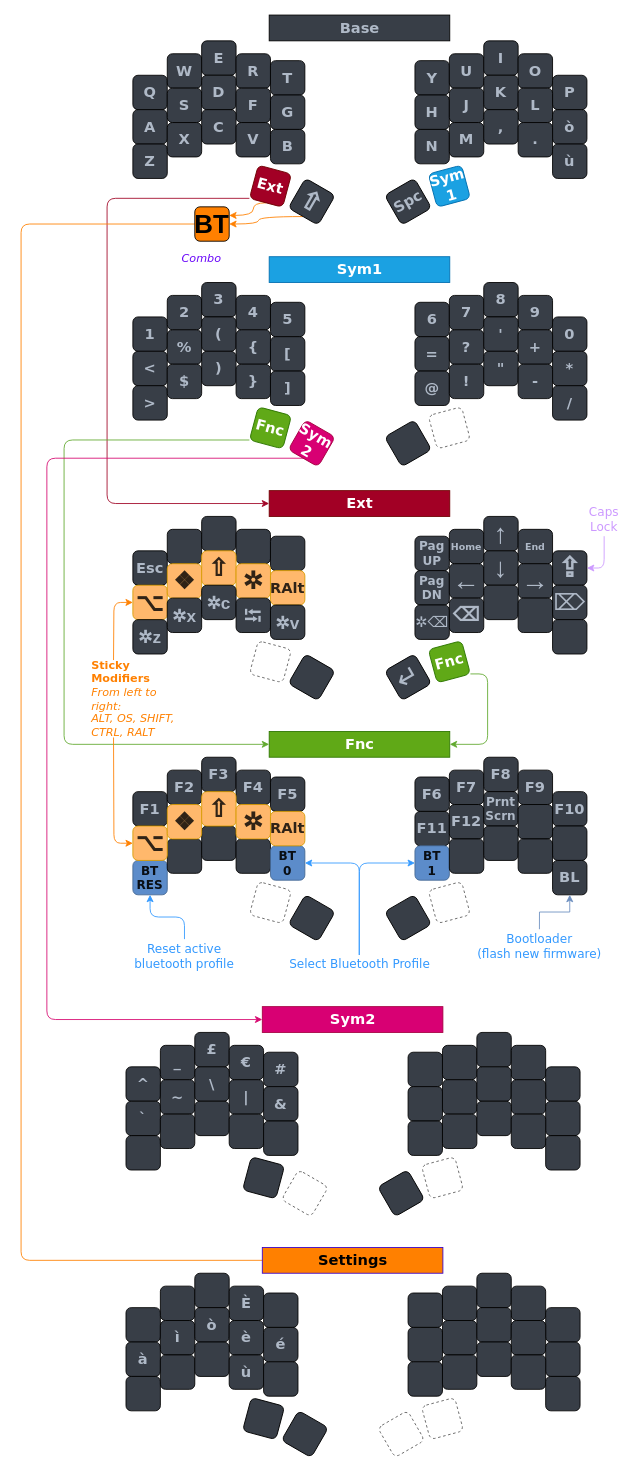
This is Untitled Diagram.drawio from Lbredeson/zmk-pray, a draw.io file, before an edit. Source tidied: cells renumbered, new cells numbered last; positions are measured from the earlier drawing's top-left corner, leaving out a move shared by most shapes. Both pictures are drawn from the tidied source at 86%, with x=0, y=0 at pixel (21, 15).
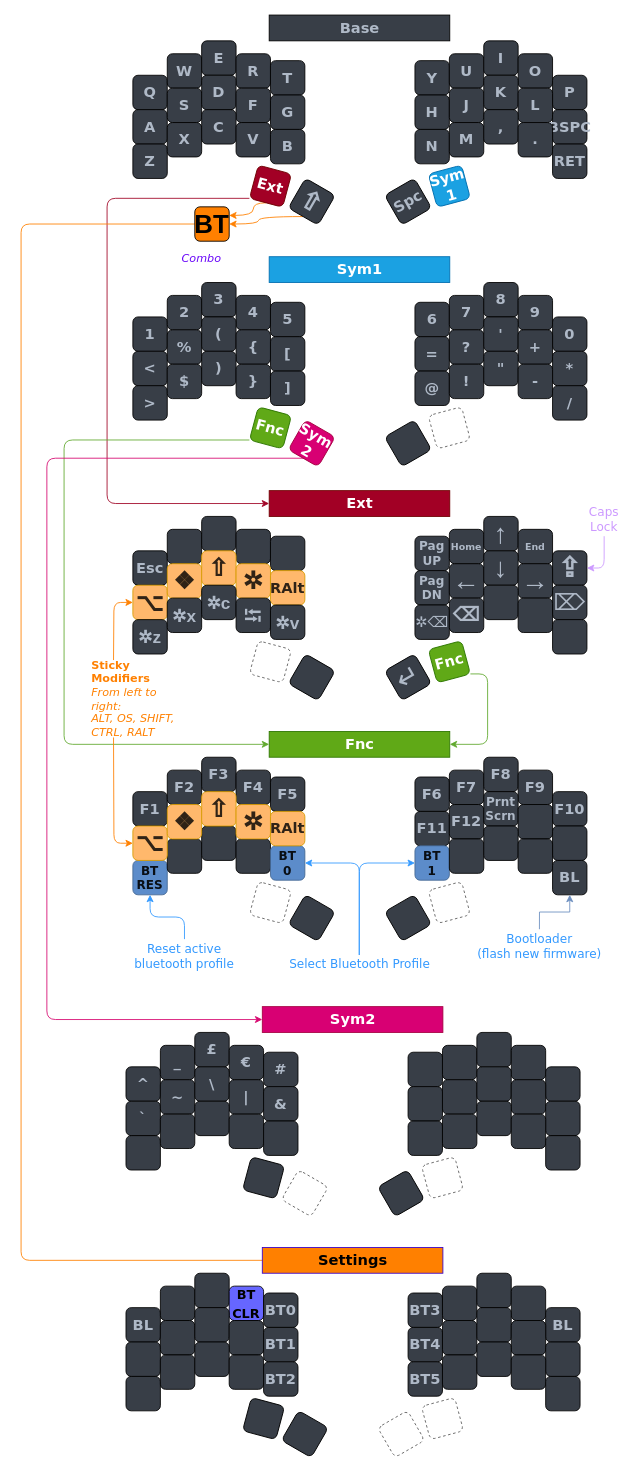
The same page after the edit.

Change to the diagram source:
```diff
@@
-    <mxCell id="31" value="ò" style="whiteSpace=wrap;html=1;fontSize=17;fontFamily=Verdana;fontStyle=1;fontColor=#AFB9C7;fillColor=#383E47;rounded=1;" parent="1" vertex="1">
+    <mxCell id="31" value="BSPC" style="whiteSpace=wrap;html=1;fontSize=17;fontFamily=Verdana;fontStyle=1;fontColor=#AFB9C7;fillColor=#383E47;rounded=1;" parent="1" vertex="1">
       <mxGeometry x="618" y="110" width="40" height="40" as="geometry" />
     </mxCell>
@@
-    <mxCell id="36" value="ù" style="whiteSpace=wrap;html=1;fontSize=17;fontFamily=Verdana;fontStyle=1;fontColor=#AFB9C7;fillColor=#383E47;rounded=1;" parent="1" vertex="1">
+    <mxCell id="36" value="RET" style="whiteSpace=wrap;html=1;fontSize=17;fontFamily=Verdana;fontStyle=1;fontColor=#AFB9C7;fillColor=#383E47;rounded=1;" parent="1" vertex="1">
       <mxGeometry x="618" y="150" width="40" height="40" as="geometry" />
     </mxCell>
@@
-    <mxCell id="151" style="whiteSpace=wrap;html=1;fontSize=17;fontFamily=Verdana;fontStyle=1;fontColor=#AFB9C7;fillColor=#383E47;rounded=1;" parent="1" vertex="1">
+    <mxCell id="151" value="BL" style="whiteSpace=wrap;html=1;fontSize=17;fontFamily=Verdana;fontStyle=1;fontColor=#AFB9C7;fillColor=#383E47;rounded=1;" parent="1" vertex="1">
       <mxGeometry x="122" y="1503" width="40" height="40" as="geometry" />
     </mxCell>
@@
-    <mxCell id="154" value="È" style="whiteSpace=wrap;html=1;fontSize=17;fontFamily=Verdana;fontStyle=1;fontColor=#AFB9C7;fillColor=#383E47;rounded=1;" parent="1" vertex="1">
+    <mxCell id="154" value="&lt;font color=&quot;#000000&quot; style=&quot;font-size: 15px;&quot;&gt;BT&lt;br&gt;CLR&lt;/font&gt;" style="whiteSpace=wrap;html=1;fontSize=17;fontFamily=Verdana;fontStyle=1;fontColor=#AFB9C7;fillColor=#6666FF;rounded=1;" parent="1" vertex="1">
       <mxGeometry x="242" y="1478" width="40" height="40" as="geometry" />
     </mxCell>
-    <mxCell id="155" style="whiteSpace=wrap;html=1;fontSize=17;fontFamily=Verdana;fontStyle=1;fontColor=#AFB9C7;fillColor=#383E47;rounded=1;" parent="1" vertex="1">
+    <mxCell id="155" value="BT0" style="whiteSpace=wrap;html=1;fontSize=17;fontFamily=Verdana;fontStyle=1;fontColor=#AFB9C7;fillColor=#383E47;rounded=1;" parent="1" vertex="1">
       <mxGeometry x="282" y="1486" width="40" height="40" as="geometry" />
     </mxCell>
-    <mxCell id="156" value="à" style="whiteSpace=wrap;html=1;fontSize=17;fontFamily=Verdana;fontStyle=1;fontColor=#AFB9C7;fillColor=#383E47;rounded=1;" parent="1" vertex="1">
+    <mxCell id="156" style="whiteSpace=wrap;html=1;fontSize=17;fontFamily=Verdana;fontStyle=1;fontColor=#AFB9C7;fillColor=#383E47;rounded=1;" parent="1" vertex="1">
       <mxGeometry x="122" y="1543" width="40" height="40" as="geometry" />
     </mxCell>
-    <mxCell id="157" value="ì" style="whiteSpace=wrap;html=1;fontSize=17;fontFamily=Verdana;fontStyle=1;fontColor=#AFB9C7;fillColor=#383E47;rounded=1;" parent="1" vertex="1">
+    <mxCell id="157" style="whiteSpace=wrap;html=1;fontSize=17;fontFamily=Verdana;fontStyle=1;fontColor=#AFB9C7;fillColor=#383E47;rounded=1;" parent="1" vertex="1">
       <mxGeometry x="162" y="1518" width="40" height="40" as="geometry" />
     </mxCell>
-    <mxCell id="158" value="ò" style="whiteSpace=wrap;html=1;fontSize=17;fontFamily=Verdana;fontStyle=1;fontColor=#AFB9C7;fillColor=#383E47;rounded=1;" parent="1" vertex="1">
+    <mxCell id="158" style="whiteSpace=wrap;html=1;fontSize=17;fontFamily=Verdana;fontStyle=1;fontColor=#AFB9C7;fillColor=#383E47;rounded=1;" parent="1" vertex="1">
       <mxGeometry x="202" y="1503" width="40" height="40" as="geometry" />
     </mxCell>
-    <mxCell id="159" value="è" style="whiteSpace=wrap;html=1;fontSize=17;fontFamily=Verdana;fontStyle=1;fontColor=#AFB9C7;fillColor=#383E47;rounded=1;" parent="1" vertex="1">
+    <mxCell id="159" style="whiteSpace=wrap;html=1;fontSize=17;fontFamily=Verdana;fontStyle=1;fontColor=#AFB9C7;fillColor=#383E47;rounded=1;" parent="1" vertex="1">
       <mxGeometry x="242" y="1518" width="40" height="40" as="geometry" />
     </mxCell>
-    <mxCell id="160" value="é" style="whiteSpace=wrap;html=1;fontSize=17;fontFamily=Verdana;fontStyle=1;fontColor=#AFB9C7;fillColor=#383E47;rounded=1;" parent="1" vertex="1">
+    <mxCell id="160" value="BT1" style="whiteSpace=wrap;html=1;fontSize=17;fontFamily=Verdana;fontStyle=1;fontColor=#AFB9C7;fillColor=#383E47;rounded=1;" parent="1" vertex="1">
       <mxGeometry x="282" y="1526" width="40" height="40" as="geometry" />
     </mxCell>
@@
-    <mxCell id="164" value="ù" style="whiteSpace=wrap;html=1;fontSize=17;fontFamily=Verdana;fontStyle=1;fontColor=#AFB9C7;fillColor=#383E47;rounded=1;" parent="1" vertex="1">
+    <mxCell id="164" style="whiteSpace=wrap;html=1;fontSize=17;fontFamily=Verdana;fontStyle=1;fontColor=#AFB9C7;fillColor=#383E47;rounded=1;" parent="1" vertex="1">
       <mxGeometry x="242" y="1558" width="40" height="40" as="geometry" />
     </mxCell>
-    <mxCell id="165" style="whiteSpace=wrap;html=1;fontSize=17;fontFamily=Verdana;fontStyle=1;fontColor=#AFB9C7;fillColor=#383E47;rounded=1;" parent="1" vertex="1">
+    <mxCell id="165" value="BT2" style="whiteSpace=wrap;html=1;fontSize=17;fontFamily=Verdana;fontStyle=1;fontColor=#AFB9C7;fillColor=#383E47;rounded=1;" parent="1" vertex="1">
       <mxGeometry x="282" y="1566" width="40" height="40" as="geometry" />
     </mxCell>
@@
-    <mxCell id="168" style="whiteSpace=wrap;html=1;fontSize=17;fontFamily=Verdana;fontStyle=1;fontColor=#AFB9C7;fillColor=#383E47;rounded=1;" parent="1" vertex="1">
+    <mxCell id="168" value="BT3" style="whiteSpace=wrap;html=1;fontSize=17;fontFamily=Verdana;fontStyle=1;fontColor=#AFB9C7;fillColor=#383E47;rounded=1;" parent="1" vertex="1">
       <mxGeometry x="450" y="1486" width="40" height="40" as="geometry" />
     </mxCell>
@@
-    <mxCell id="172" style="whiteSpace=wrap;html=1;fontSize=17;fontFamily=Verdana;fontStyle=1;fontColor=#AFB9C7;fillColor=#383E47;rounded=1;" parent="1" vertex="1">
+    <mxCell id="172" value="BL" style="whiteSpace=wrap;html=1;fontSize=17;fontFamily=Verdana;fontStyle=1;fontColor=#AFB9C7;fillColor=#383E47;rounded=1;" parent="1" vertex="1">
       <mxGeometry x="610" y="1503" width="40" height="40" as="geometry" />
     </mxCell>
-    <mxCell id="173" style="whiteSpace=wrap;html=1;fontSize=17;fontFamily=Verdana;fontStyle=1;fontColor=#AFB9C7;fillColor=#383E47;rounded=1;" parent="1" vertex="1">
+    <mxCell id="173" value="BT4" style="whiteSpace=wrap;html=1;fontSize=17;fontFamily=Verdana;fontStyle=1;fontColor=#AFB9C7;fillColor=#383E47;rounded=1;" parent="1" vertex="1">
       <mxGeometry x="450" y="1526" width="40" height="40" as="geometry" />
     </mxCell>
@@
-    <mxCell id="178" style="whiteSpace=wrap;html=1;fontSize=17;fontFamily=Verdana;fontStyle=1;fontColor=#AFB9C7;fillColor=#383E47;rounded=1;" parent="1" vertex="1">
+    <mxCell id="178" value="BT5" style="whiteSpace=wrap;html=1;fontSize=17;fontFamily=Verdana;fontStyle=1;fontColor=#AFB9C7;fillColor=#383E47;rounded=1;" parent="1" vertex="1">
       <mxGeometry x="450" y="1566" width="40" height="40" as="geometry" />
     </mxCell>
```
